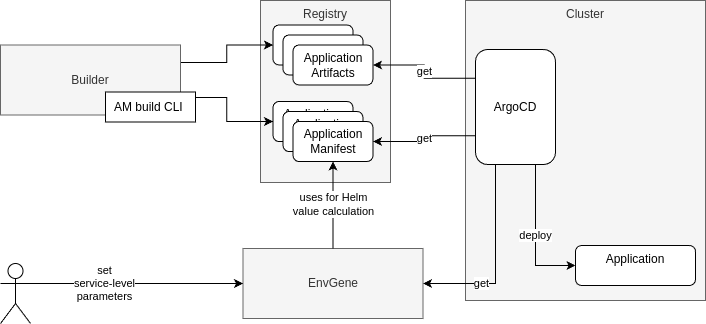
The draw.io diagram docs/images/application-manifest.drawio.png in sivareddyit/qubership-envgene, before a commit. Source tidied: cells renumbered, new cells last; positions are measured from the earlier drawing's top-left corner, leaving out a move shared by most shapes.
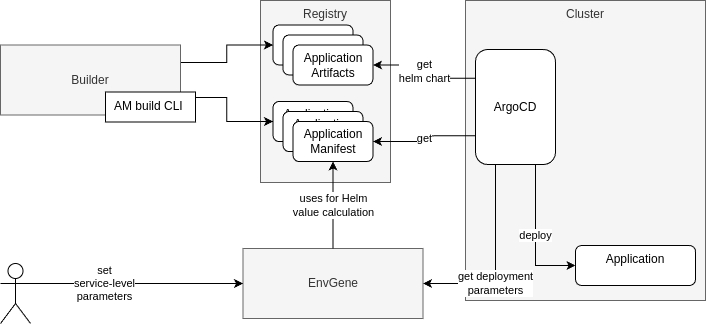
The same file after the commit.

The edit, as a diff of the source:
```diff
@@ -8,8 +8,8 @@
     <mxCell id="3" value="Cluster" style="rounded=0;whiteSpace=wrap;html=1;verticalAlign=top;fillColor=#f5f5f5;fontColor=#333333;strokeColor=#666666;" parent="1" vertex="1">
       <mxGeometry x="465" width="240" height="300" as="geometry" />
     </mxCell>
-    <mxCell id="4" value="get" style="edgeStyle=orthogonalEdgeStyle;rounded=0;jettySize=auto;html=1;exitX=0.25;exitY=1;exitDx=0;exitDy=0;entryX=1;entryY=0.5;entryDx=0;entryDy=0;" parent="1" edge="1" source="6" target="2">
-      <mxGeometry x="0.39" relative="1" as="geometry" />
+    <mxCell id="4" value="get deployment&lt;div&gt;parameters&lt;/div&gt;" style="edgeStyle=orthogonalEdgeStyle;rounded=0;jettySize=auto;html=1;exitX=0.25;exitY=1;exitDx=0;exitDy=0;entryX=1;entryY=0.5;entryDx=0;entryDy=0;fontColor=default;labelBackgroundColor=default;" parent="1" edge="1" source="6" target="2">
+      <mxGeometry x="0.24" relative="1" as="geometry" />
     </mxCell>
     <mxCell id="5" value="deploy" style="edgeStyle=orthogonalEdgeStyle;rounded=0;jettySize=auto;html=1;exitX=0.75;exitY=1;exitDx=0;exitDy=0;entryX=0;entryY=0.5;entryDx=0;entryDy=0;" parent="1" edge="1" source="6" target="10">
       <mxGeometry relative="1" as="geometry" />
@@ -56,7 +56,7 @@
     <mxCell id="19" value="Application&lt;div&gt;Artifacts&lt;/div&gt;" style="rounded=1;whiteSpace=wrap;html=1;" parent="1" vertex="1">
       <mxGeometry x="292.5" y="44.5" width="80" height="40" as="geometry" />
     </mxCell>
-    <mxCell id="20" value="get" style="edgeStyle=orthogonalEdgeStyle;rounded=0;jettySize=auto;html=1;exitX=0;exitY=0.25;exitDx=0;exitDy=0;" parent="1" edge="1" source="6" target="19">
+    <mxCell id="20" value="get&lt;div&gt;helm chart&lt;/div&gt;" style="edgeStyle=orthogonalEdgeStyle;rounded=0;jettySize=auto;html=1;exitX=0;exitY=0.25;exitDx=0;exitDy=0;" parent="1" edge="1" source="6" target="19">
       <mxGeometry relative="1" as="geometry" />
     </mxCell>
     <mxCell id="21" value="get" style="edgeStyle=orthogonalEdgeStyle;rounded=0;jettySize=auto;html=1;exitX=0;exitY=0.75;exitDx=0;exitDy=0;" parent="1" edge="1" source="6" target="16">
```
